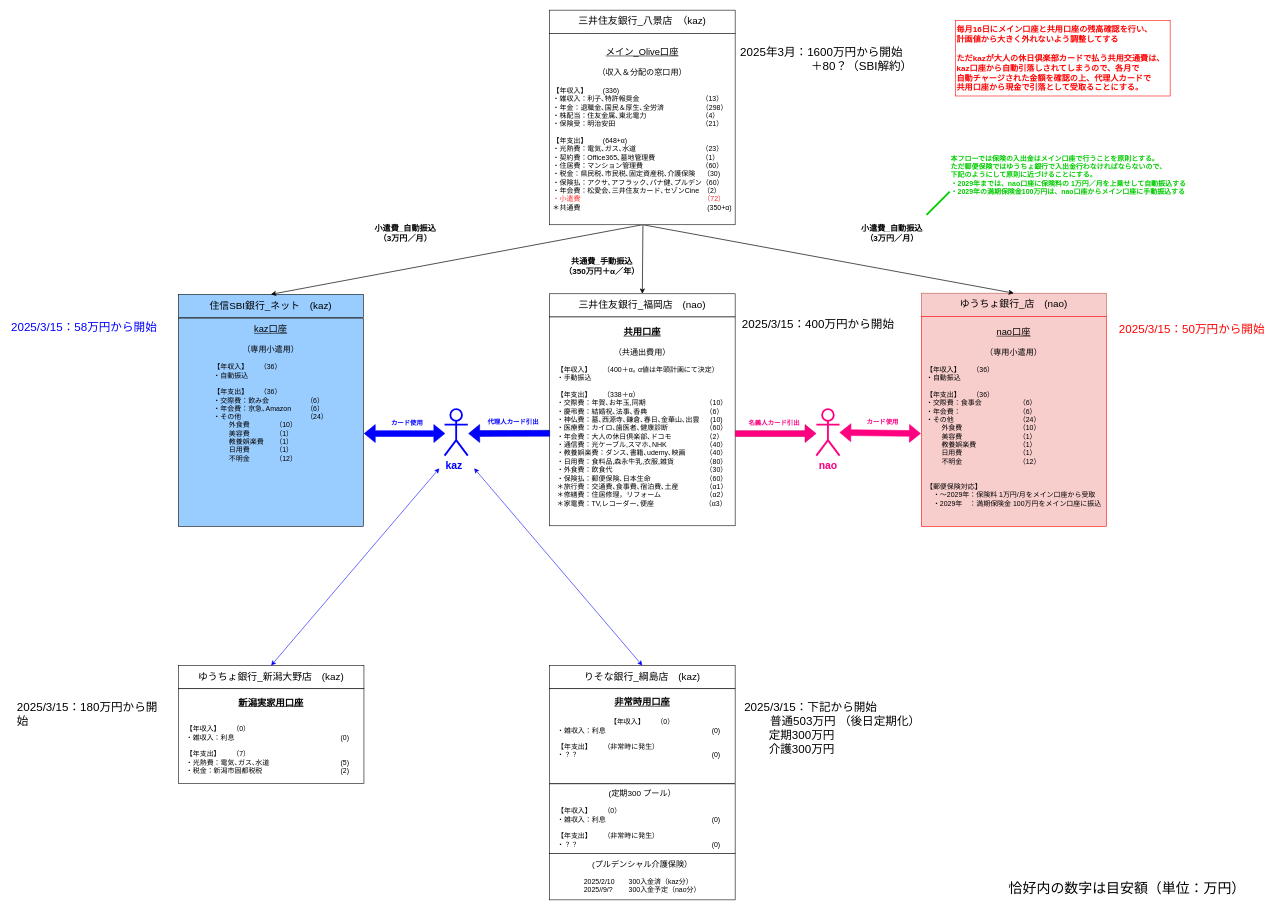
kinogai/LifeplanRepo keeps this draw.io diagram as マネーフロー図-.drawio. Above is the earlier version. Source tidied: cells renumbered, new cells numbered last; positions are measured from the earlier drawing's top-left corner, leaving out a move shared by most shapes. Both pictures are drawn from the tidied source at 58%, with x=0, y=0 at pixel (10, 10).
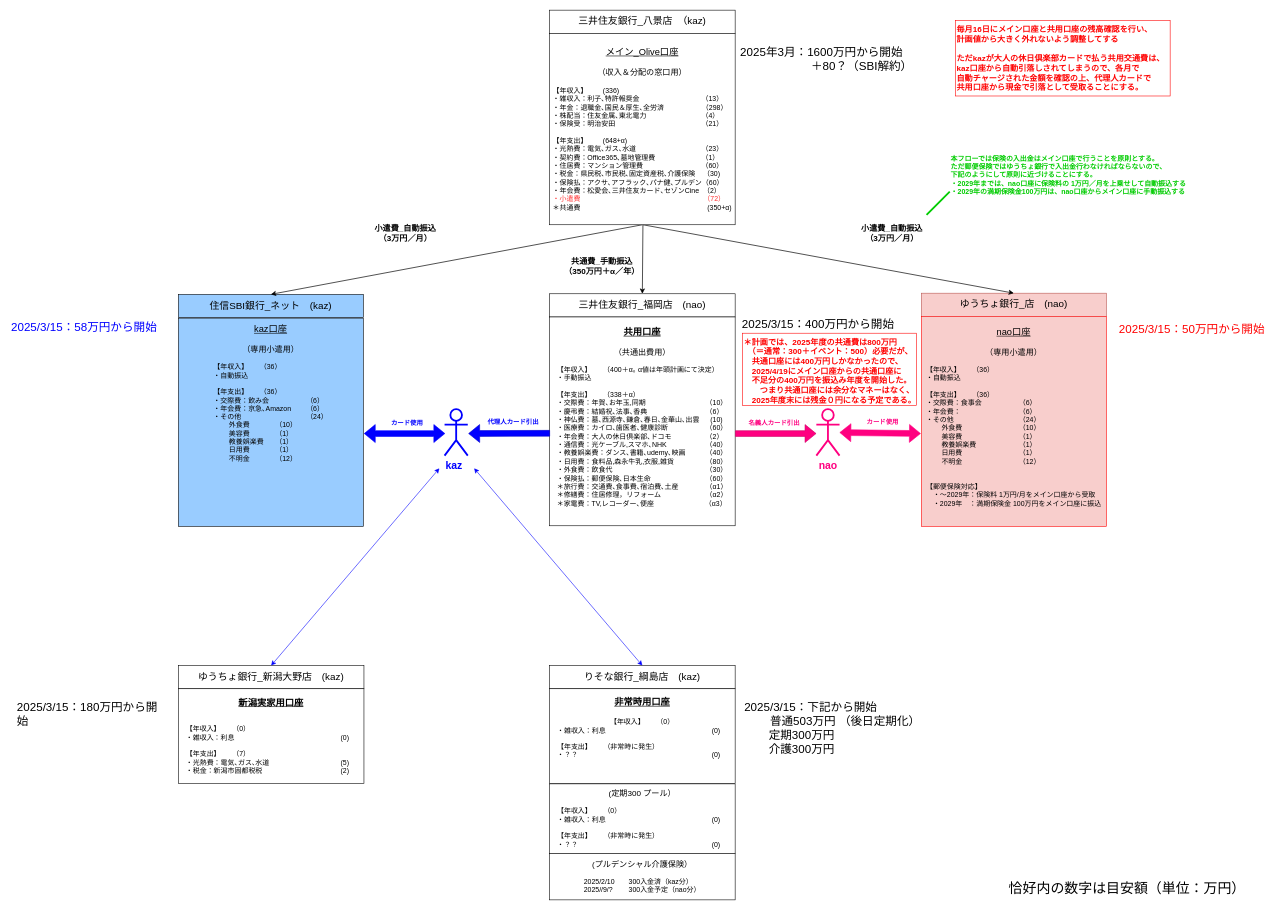
The same page after the edit.

Diff of the diagram source:
```diff
@@
+    <mxCell id="45" value="＊計画では、2025年度の共通費は800万円&#10;　（＝通常：300＋イベント：500）必要だが、　&#10;　共通口座には400万円しかなかったので、&#10;　2025/4/19にメイン口座からの共通口座に&#10;　不足分の400万円を振込み年度を開始した。&#10;　　つまり共通口座には余分なマネーはなく、　　&#10;　2025年度末には残金０円になる予定である。" style="text;whiteSpace=wrap;strokeColor=#FF0000;fontSize=14;fontStyle=1;fontColor=#FF0000;" parent="1" vertex="1">
+      <mxGeometry x="1263" y="557" width="300" height="125" as="geometry" />
+    </mxCell>
```
